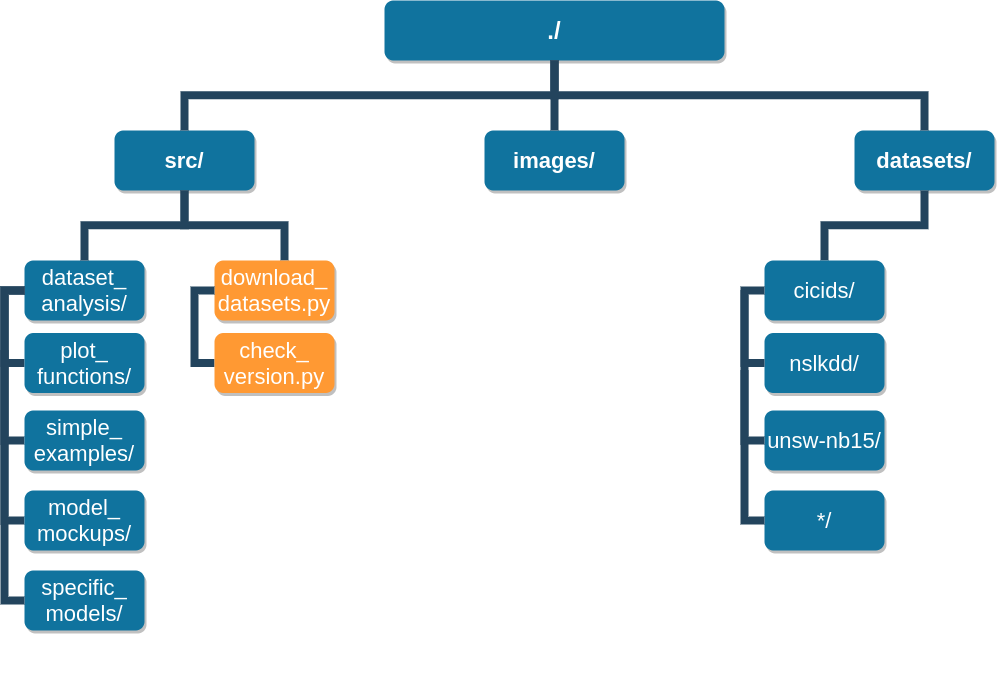
kaylani2/machineLearning keeps this draw.io diagram as images/ml_repo_file_system.png. Above is the earlier version. Source tidied: cells renumbered, new cells last; positions are measured from the earlier drawing's top-left corner, leaving out a move shared by most shapes.
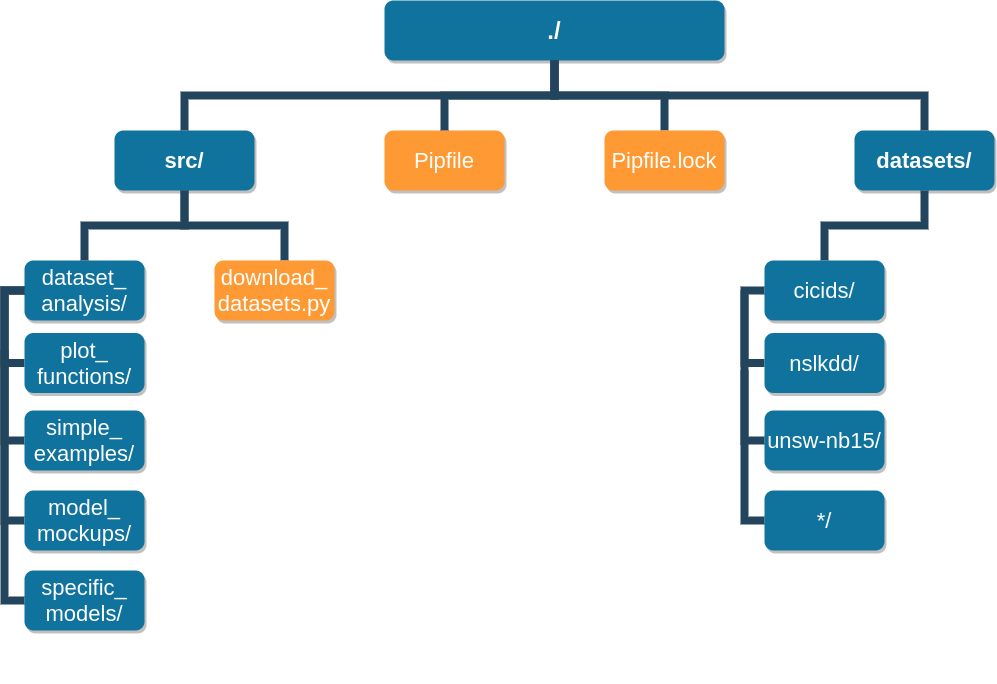
Above is the later version.

The edit, as a diff of the source:
```diff
@@ -11,9 +11,6 @@
     <mxCell id="4" value="src/" style="whiteSpace=wrap;rounded=1;fillColor=#10739E;strokeColor=none;shadow=1;fontColor=#FFFFFF;fontStyle=1;fontSize=22;" parent="2" vertex="1">
       <mxGeometry x="110" y="130" width="140" height="60" as="geometry" />
     </mxCell>
-    <mxCell id="5" value="images/" style="whiteSpace=wrap;rounded=1;fillColor=#10739E;strokeColor=none;shadow=1;fontColor=#FFFFFF;fontStyle=1;fontSize=22;" parent="2" vertex="1">
-      <mxGeometry x="480" y="130" width="140" height="60" as="geometry" />
-    </mxCell>
     <mxCell id="6" value="datasets/" style="whiteSpace=wrap;rounded=1;fillColor=#10739E;strokeColor=none;shadow=1;fontColor=#FFFFFF;fontStyle=1;fontSize=22;" parent="2" vertex="1">
       <mxGeometry x="850" y="130" width="140" height="60" as="geometry" />
     </mxCell>
@@ -61,7 +58,7 @@
     <mxCell id="14" style="edgeStyle=elbowEdgeStyle;elbow=vertical;rounded=0;fontColor=#000000;endArrow=none;endFill=0;strokeWidth=8;strokeColor=#23445D;" parent="2" edge="1" source="3" target="4">
       <mxGeometry relative="1" as="geometry" />
     </mxCell>
-    <mxCell id="15" style="edgeStyle=elbowEdgeStyle;elbow=vertical;rounded=0;fontColor=#000000;endArrow=none;endFill=0;strokeWidth=8;strokeColor=#23445D;" parent="2" edge="1" source="3" target="5">
+    <mxCell id="15" style="edgeStyle=elbowEdgeStyle;elbow=vertical;rounded=0;fontColor=#000000;endArrow=none;endFill=0;strokeWidth=8;strokeColor=#23445D;entryX=0.5;entryY=0;entryDx=0;entryDy=0;" parent="2" edge="1" source="3" target="33">
       <mxGeometry relative="1" as="geometry" />
     </mxCell>
     <mxCell id="16" style="edgeStyle=elbowEdgeStyle;elbow=vertical;rounded=0;fontColor=#000000;endArrow=none;endFill=0;strokeWidth=8;strokeColor=#23445D;" parent="2" edge="1" source="3" target="6">
@@ -79,17 +76,6 @@
     <mxCell id="20" value="download_&#10;datasets.py" style="whiteSpace=wrap;rounded=1;fillColor=#FF9933;strokeColor=none;shadow=1;fontColor=#FFFFFF;fontSize=22;" parent="2" vertex="1">
       <mxGeometry x="210" y="260" width="120" height="60" as="geometry" />
     </mxCell>
-    <mxCell id="21" style="edgeStyle=elbowEdgeStyle;elbow=horizontal;rounded=0;fontColor=#000000;endArrow=none;endFill=0;strokeWidth=8;strokeColor=#23445D;entryX=0;entryY=0.5;entryDx=0;entryDy=0;" parent="2" edge="1" source="20" target="22">
-      <mxGeometry relative="1" as="geometry">
-        <Array as="points">
-          <mxPoint x="190" y="330" />
-          <mxPoint x="190" y="340" />
-        </Array>
-      </mxGeometry>
-    </mxCell>
-    <mxCell id="22" value="check_&#10;version.py" style="whiteSpace=wrap;rounded=1;fillColor=#FF9933;strokeColor=none;shadow=1;fontColor=#FFFFFF;fontSize=22;" parent="2" vertex="1">
-      <mxGeometry x="210" y="332.5" width="120" height="60" as="geometry" />
-    </mxCell>
     <mxCell id="23" value="cicids/" style="whiteSpace=wrap;rounded=1;fillColor=#10739E;strokeColor=none;shadow=1;fontColor=#FFFFFF;fontSize=22;" parent="2" vertex="1">
       <mxGeometry x="760" y="260" width="120" height="60" as="geometry" />
     </mxCell>
@@ -142,5 +128,16 @@
         </Array>
       </mxGeometry>
     </mxCell>
+    <mxCell id="32" value="Pipfile" style="whiteSpace=wrap;rounded=1;fillColor=#FF9933;strokeColor=none;shadow=1;fontColor=#FFFFFF;fontSize=22;" parent="2" vertex="1">
+      <mxGeometry x="380" y="130" width="120" height="60" as="geometry" />
+    </mxCell>
+    <mxCell id="33" value="Pipfile.lock" style="whiteSpace=wrap;rounded=1;fillColor=#FF9933;strokeColor=none;shadow=1;fontColor=#FFFFFF;fontSize=22;" parent="2" vertex="1">
+      <mxGeometry x="600" y="130" width="120" height="60" as="geometry" />
+    </mxCell>
+    <mxCell id="34" style="edgeStyle=elbowEdgeStyle;elbow=vertical;rounded=0;fontColor=#000000;endArrow=none;endFill=0;strokeWidth=8;strokeColor=#23445D;entryX=0.5;entryY=0;entryDx=0;entryDy=0;" parent="2" edge="1" target="32">
+      <mxGeometry relative="1" as="geometry">
+        <mxPoint x="550" y="60" as="sourcePoint" />
+      </mxGeometry>
+    </mxCell>
   </root>
 </mxGraphModel>
```
